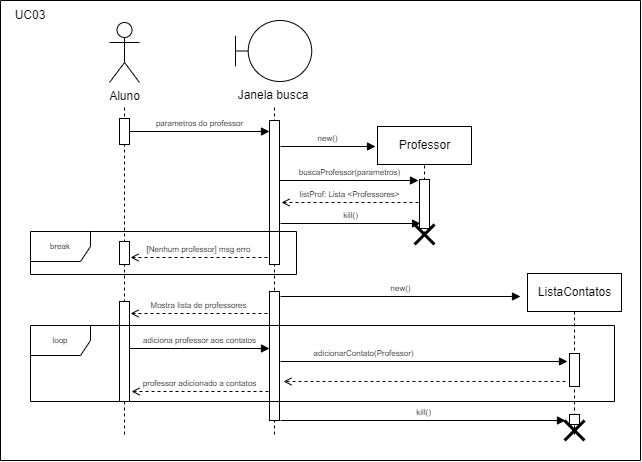
Above: diagramasDeSequenciaCompletos/3. BuscaProfessor.drawio.png in EijiDogen/BrainForHire (draw.io), before the change. Source tidied: cells renumbered, new cells last; positions are measured from the earlier drawing's top-left corner, leaving out a move shared by most shapes.
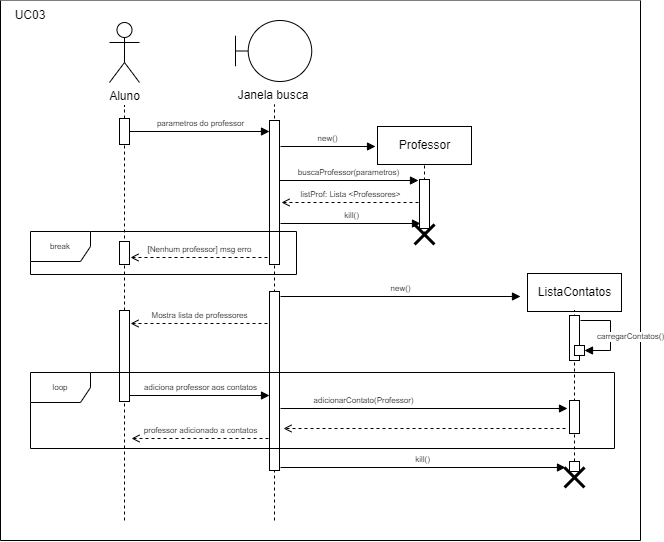
The same diagram one commit later.

Change to the diagram source:
```diff
@@ -2,58 +2,59 @@
   <root>
     <mxCell id="0" />
     <mxCell id="1" value="Contorno" parent="0" />
-    <mxCell id="2" style="swimlane;startSize=0;rounded=0;" parent="1" vertex="1">
-      <mxGeometry width="640" height="460" as="geometry" />
-    </mxCell>
+    <mxCell id="40" style="swimlane;startSize=0;rounded=0;swimlaneFillColor=#FFFFFF;" parent="1" vertex="1">
+      <mxGeometry width="640" height="540" as="geometry" />
+    </mxCell>
-    <mxCell id="3" value="UC03" style="text;html=1;strokeColor=none;fillColor=none;align=center;verticalAlign=middle;whiteSpace=wrap;rounded=0;" parent="2" vertex="1">
+    <mxCell id="3" value="UC03" style="text;html=1;strokeColor=none;fillColor=none;align=center;verticalAlign=middle;whiteSpace=wrap;rounded=0;" parent="40" vertex="1">
       <mxGeometry width="60" height="30" as="geometry" />
     </mxCell>
-    <mxCell id="4" parent="0" />
-    <mxCell id="5" style="endArrow=none;dashed=1;html=1;rounded=0;" parent="4" edge="1">
-      <mxGeometry relative="1" as="geometry">
-        <mxPoint x="124" y="434" as="sourcePoint" />
-        <mxPoint x="124" y="105" as="targetPoint" />
-      </mxGeometry>
-    </mxCell>
-    <mxCell id="6" style="endArrow=none;dashed=1;html=1;rounded=0;" parent="4" edge="1">
-      <mxGeometry relative="1" as="geometry">
-        <mxPoint x="424" y="234" as="sourcePoint" />
-        <mxPoint x="424" y="165" as="targetPoint" />
-      </mxGeometry>
-    </mxCell>
-    <mxCell id="7" style="endArrow=none;dashed=1;html=1;rounded=0;" parent="4" edge="1">
-      <mxGeometry relative="1" as="geometry">
-        <mxPoint x="574" y="434" as="sourcePoint" />
-        <mxPoint x="574" y="310" as="targetPoint" />
-      </mxGeometry>
-    </mxCell>
+    <mxCell id="41" style="html=1;perimeter=orthogonalPerimeter;rounded=0;" parent="40" vertex="1">
+      <mxGeometry x="574" y="345" width="10" height="10" as="geometry" />
+    </mxCell>
+    <mxCell id="42" value="atores" parent="0" />
-    <mxCell id="8" value="Aluno" style="shape=umlActor;verticalLabelPosition=bottom;verticalAlign=top;html=1;rounded=0;" parent="4" vertex="1">
+    <mxCell id="8" value="Aluno" style="shape=umlActor;verticalLabelPosition=bottom;verticalAlign=top;html=1;rounded=0;" parent="42" vertex="1">
       <mxGeometry x="109" y="22" width="30" height="60" as="geometry" />
     </mxCell>
-    <mxCell id="9" value="Janela busca" style="shape=umlBoundary;whiteSpace=wrap;html=1;labelPosition=center;verticalLabelPosition=bottom;align=center;verticalAlign=top;rounded=0;" parent="4" vertex="1">
+    <mxCell id="9" value="Janela busca" style="shape=umlBoundary;whiteSpace=wrap;html=1;labelPosition=center;verticalLabelPosition=bottom;align=center;verticalAlign=top;rounded=0;" parent="42" vertex="1">
       <mxGeometry x="235" y="20" width="76.2" height="61" as="geometry" />
     </mxCell>
-    <mxCell id="10" value="Professor" style="html=1;rounded=0;" parent="4" vertex="1">
+    <mxCell id="10" value="Professor" style="html=1;rounded=0;" parent="42" vertex="1">
       <mxGeometry x="377" y="126" width="94" height="38" as="geometry" />
     </mxCell>
+    <mxCell id="25" value="ListaContatos" style="html=1;rounded=0;" parent="42" vertex="1">
+      <mxGeometry x="527" y="273" width="94" height="38" as="geometry" />
+    </mxCell>
+    <mxCell id="43" style="endArrow=none;dashed=1;html=1;rounded=0;" parent="42" edge="1">
+      <mxGeometry relative="1" as="geometry">
+        <mxPoint x="574" y="467" as="sourcePoint" />
+        <mxPoint x="574" y="310" as="targetPoint" />
+      </mxGeometry>
+    </mxCell>
+    <mxCell id="44" style="endArrow=none;dashed=1;html=1;rounded=0;" parent="42" edge="1">
+      <mxGeometry relative="1" as="geometry">
+        <mxPoint x="424" y="234" as="sourcePoint" />
+        <mxPoint x="424" y="165" as="targetPoint" />
+      </mxGeometry>
+    </mxCell>
+    <mxCell id="45" style="endArrow=none;dashed=1;html=1;rounded=0;" parent="42" edge="1">
+      <mxGeometry relative="1" as="geometry">
+        <mxPoint x="274" y="520" as="sourcePoint" />
+        <mxPoint x="274" y="104" as="targetPoint" />
+      </mxGeometry>
+    </mxCell>
+    <mxCell id="46" style="endArrow=none;dashed=1;html=1;rounded=0;" parent="42" edge="1">
+      <mxGeometry relative="1" as="geometry">
+        <mxPoint x="124" y="520" as="sourcePoint" />
+        <mxPoint x="124" y="105" as="targetPoint" />
+      </mxGeometry>
+    </mxCell>
+    <mxCell id="4" value="mensagens" parent="0" />
     <mxCell id="11" value="parametros do professor" style="html=1;verticalAlign=bottom;endArrow=block;rounded=0;fontSize=8;" parent="4" edge="1">
       <mxGeometry relative="1" as="geometry">
         <mxPoint x="129" y="131" as="sourcePoint" />
         <mxPoint x="269" y="131" as="targetPoint" />
       </mxGeometry>
     </mxCell>
-    <mxCell id="12" style="html=1;perimeter=orthogonalPerimeter;rounded=0;" parent="4" vertex="1">
-      <mxGeometry x="119" y="118" width="10" height="26" as="geometry" />
-    </mxCell>
-    <mxCell id="13" style="endArrow=none;dashed=1;html=1;rounded=0;" parent="4" edge="1">
-      <mxGeometry relative="1" as="geometry">
-        <mxPoint x="274" y="434" as="sourcePoint" />
-        <mxPoint x="274" y="104" as="targetPoint" />
-      </mxGeometry>
-    </mxCell>
-    <mxCell id="14" style="html=1;perimeter=orthogonalPerimeter;rounded=0;" parent="4" vertex="1">
-      <mxGeometry x="269" y="120" width="10" height="144" as="geometry" />
-    </mxCell>
     <mxCell id="15" value="new()" style="html=1;verticalAlign=bottom;endArrow=block;rounded=0;fontSize=8;" parent="4" edge="1">
       <mxGeometry relative="1" as="geometry">
         <mxPoint x="280" y="146" as="sourcePoint" />
@@ -66,64 +67,46 @@
         <mxPoint x="418" y="180" as="targetPoint" />
       </mxGeometry>
     </mxCell>
-    <mxCell id="17" style="html=1;perimeter=orthogonalPerimeter;rounded=0;" parent="4" vertex="1">
-      <mxGeometry x="419" y="179" width="10" height="49" as="geometry" />
-    </mxCell>
     <mxCell id="18" value="listProf: Lista &amp;lt;Professores&amp;gt;" style="html=1;verticalAlign=bottom;endArrow=open;rounded=0;fontSize=8;endFill=0;dashed=1;" parent="4" edge="1">
       <mxGeometry relative="1" as="geometry">
         <mxPoint x="418" y="202" as="sourcePoint" />
         <mxPoint x="281" y="202" as="targetPoint" />
       </mxGeometry>
     </mxCell>
-    <mxCell id="19" style="html=1;perimeter=orthogonalPerimeter;rounded=0;" parent="4" vertex="1">
-      <mxGeometry x="119" y="241" width="10" height="23" as="geometry" />
-    </mxCell>
     <mxCell id="20" value="[Nenhum professor] msg erro" style="html=1;verticalAlign=bottom;endArrow=open;rounded=0;fontSize=8;endFill=0;dashed=1;" parent="4" edge="1">
       <mxGeometry relative="1" as="geometry">
         <mxPoint x="267" y="257" as="sourcePoint" />
         <mxPoint x="130" y="257" as="targetPoint" />
       </mxGeometry>
     </mxCell>
-    <mxCell id="21" style="html=1;perimeter=orthogonalPerimeter;rounded=0;" parent="4" vertex="1">
-      <mxGeometry x="269" y="291" width="10" height="129" as="geometry" />
-    </mxCell>
     <mxCell id="22" value="Mostra lista de professores" style="html=1;verticalAlign=bottom;endArrow=open;rounded=0;fontSize=8;endFill=0;dashed=1;" parent="4" edge="1">
       <mxGeometry relative="1" as="geometry">
-        <mxPoint x="267" y="313" as="sourcePoint" />
-        <mxPoint x="130" y="313" as="targetPoint" />
+        <mxPoint x="267" y="323" as="sourcePoint" />
+        <mxPoint x="130" y="323" as="targetPoint" />
       </mxGeometry>
     </mxCell>
-    <mxCell id="23" style="html=1;perimeter=orthogonalPerimeter;rounded=0;" parent="4" vertex="1">
-      <mxGeometry x="119" y="301" width="10" height="100" as="geometry" />
-    </mxCell>
     <mxCell id="24" value="adiciona professor aos contatos" style="html=1;verticalAlign=bottom;endArrow=block;rounded=0;fontSize=8;" parent="4" edge="1">
       <mxGeometry relative="1" as="geometry">
-        <mxPoint x="129" y="348" as="sourcePoint" />
-        <mxPoint x="269" y="348" as="targetPoint" />
+        <mxPoint x="129" y="395" as="sourcePoint" />
+        <mxPoint x="269" y="395" as="targetPoint" />
       </mxGeometry>
     </mxCell>
-    <mxCell id="25" value="ListaContatos" style="html=1;rounded=0;" parent="4" vertex="1">
-      <mxGeometry x="527" y="273" width="94" height="38" as="geometry" />
-    </mxCell>
     <mxCell id="26" value="adicionarContato(Professor)" style="html=1;verticalAlign=bottom;endArrow=block;rounded=0;fontSize=8;" parent="4" edge="1">
       <mxGeometry x="-0.42" relative="1" as="geometry">
-        <mxPoint x="280" y="361" as="sourcePoint" />
-        <mxPoint x="567" y="361" as="targetPoint" />
+        <mxPoint x="280" y="408" as="sourcePoint" />
+        <mxPoint x="567" y="408" as="targetPoint" />
       </mxGeometry>
     </mxCell>
-    <mxCell id="27" style="html=1;perimeter=orthogonalPerimeter;rounded=0;" parent="4" vertex="1">
-      <mxGeometry x="569" y="353" width="10" height="33" as="geometry" />
-    </mxCell>
     <mxCell id="28" style="html=1;verticalAlign=bottom;endArrow=open;rounded=0;fontSize=8;endFill=0;dashed=1;" parent="4" edge="1">
       <mxGeometry x="-0.71" relative="1" as="geometry">
-        <mxPoint x="565" y="381" as="sourcePoint" />
-        <mxPoint x="283" y="381" as="targetPoint" />
+        <mxPoint x="565" y="428" as="sourcePoint" />
+        <mxPoint x="283" y="428" as="targetPoint" />
       </mxGeometry>
     </mxCell>
     <mxCell id="29" value="professor adicionado a contatos" style="html=1;verticalAlign=bottom;endArrow=open;rounded=0;fontSize=8;endFill=0;dashed=1;" parent="4" edge="1">
       <mxGeometry relative="1" as="geometry">
-        <mxPoint x="268" y="391" as="sourcePoint" />
-        <mxPoint x="131" y="391" as="targetPoint" />
+        <mxPoint x="268" y="438" as="sourcePoint" />
+        <mxPoint x="131" y="438" as="targetPoint" />
       </mxGeometry>
     </mxCell>
     <mxCell id="30" style="shape=umlDestroy;whiteSpace=wrap;html=1;strokeWidth=3;fontSize=8;rounded=0;" parent="4" vertex="1">
@@ -142,24 +125,61 @@
       </mxGeometry>
     </mxCell>
     <mxCell id="33" style="shape=umlDestroy;whiteSpace=wrap;html=1;strokeWidth=3;fontSize=8;rounded=0;" parent="4" vertex="1">
-      <mxGeometry x="564" y="420" width="20" height="20" as="geometry" />
+      <mxGeometry x="564" y="467" width="20" height="20" as="geometry" />
     </mxCell>
     <mxCell id="34" value="kill()" style="html=1;verticalAlign=bottom;endArrow=block;rounded=0;fontSize=8;" parent="4" edge="1">
       <mxGeometry relative="1" as="geometry">
-        <mxPoint x="280" y="420" as="sourcePoint" />
-        <mxPoint x="565" y="420" as="targetPoint" />
+        <mxPoint x="280" y="467" as="sourcePoint" />
+        <mxPoint x="565" y="467" as="targetPoint" />
       </mxGeometry>
     </mxCell>
-    <mxCell id="35" style="html=1;perimeter=orthogonalPerimeter;rounded=0;" parent="4" vertex="1">
-      <mxGeometry x="569" y="414" width="10" height="10" as="geometry" />
-    </mxCell>
+    <mxCell id="47" value="carregarContatos()" style="html=1;verticalAlign=bottom;endArrow=block;rounded=0;fontSize=8;" parent="4" edge="1">
+      <mxGeometry x="0.25" y="20" relative="1" as="geometry">
+        <mxPoint x="580" y="320" as="sourcePoint" />
+        <mxPoint x="584" y="350" as="targetPoint" />
+        <Array as="points">
+          <mxPoint x="610" y="320" />
+          <mxPoint x="610" y="350" />
+        </Array>
+      </mxGeometry>
+    </mxCell>
-    <mxCell id="36" value="Camada sem nome" parent="0" />
+    <mxCell id="36" value="ativadores" parent="0" />
+    <mxCell id="48" style="html=1;perimeter=orthogonalPerimeter;rounded=0;" parent="36" vertex="1">
+      <mxGeometry x="569" y="400" width="10" height="33" as="geometry" />
+    </mxCell>
+    <mxCell id="49" style="html=1;perimeter=orthogonalPerimeter;rounded=0;" parent="36" vertex="1">
+      <mxGeometry x="569" y="461" width="10" height="10" as="geometry" />
+    </mxCell>
+    <mxCell id="14" style="html=1;perimeter=orthogonalPerimeter;rounded=0;" parent="36" vertex="1">
+      <mxGeometry x="269" y="120" width="10" height="144" as="geometry" />
+    </mxCell>
+    <mxCell id="19" style="html=1;perimeter=orthogonalPerimeter;rounded=0;" parent="36" vertex="1">
+      <mxGeometry x="119" y="241" width="10" height="23" as="geometry" />
+    </mxCell>
+    <mxCell id="50" style="html=1;perimeter=orthogonalPerimeter;rounded=0;" parent="36" vertex="1">
+      <mxGeometry x="269" y="291" width="10" height="179" as="geometry" />
+    </mxCell>
+    <mxCell id="51" style="html=1;perimeter=orthogonalPerimeter;rounded=0;" parent="36" vertex="1">
+      <mxGeometry x="119" y="310" width="10" height="91" as="geometry" />
+    </mxCell>
+    <mxCell id="17" style="html=1;perimeter=orthogonalPerimeter;rounded=0;" parent="36" vertex="1">
+      <mxGeometry x="419" y="179" width="10" height="49" as="geometry" />
+    </mxCell>
+    <mxCell id="12" style="html=1;perimeter=orthogonalPerimeter;rounded=0;" parent="36" vertex="1">
+      <mxGeometry x="119" y="118" width="10" height="26" as="geometry" />
+    </mxCell>
+    <mxCell id="52" style="html=1;perimeter=orthogonalPerimeter;rounded=0;" parent="36" vertex="1">
+      <mxGeometry x="569" y="315" width="10" height="45" as="geometry" />
+    </mxCell>
+    <mxCell id="53" style="html=1;perimeter=orthogonalPerimeter;rounded=0;" parent="36" vertex="1">
+      <mxGeometry x="574" y="345" width="10" height="10" as="geometry" />
+    </mxCell>
     <mxCell id="37" value="Frames" parent="0" />
     <mxCell id="38" value="break" style="shape=umlFrame;whiteSpace=wrap;html=1;fontSize=8;rounded=0;" parent="37" vertex="1">
       <mxGeometry x="30" y="231" width="266" height="43" as="geometry" />
     </mxCell>
     <mxCell id="39" value="loop" style="shape=umlFrame;whiteSpace=wrap;html=1;fontSize=8;rounded=0;" parent="37" vertex="1">
-      <mxGeometry x="30" y="325" width="584" height="76" as="geometry" />
+      <mxGeometry x="30" y="372" width="584" height="76" as="geometry" />
     </mxCell>
   </root>
 </mxGraphModel>
```
